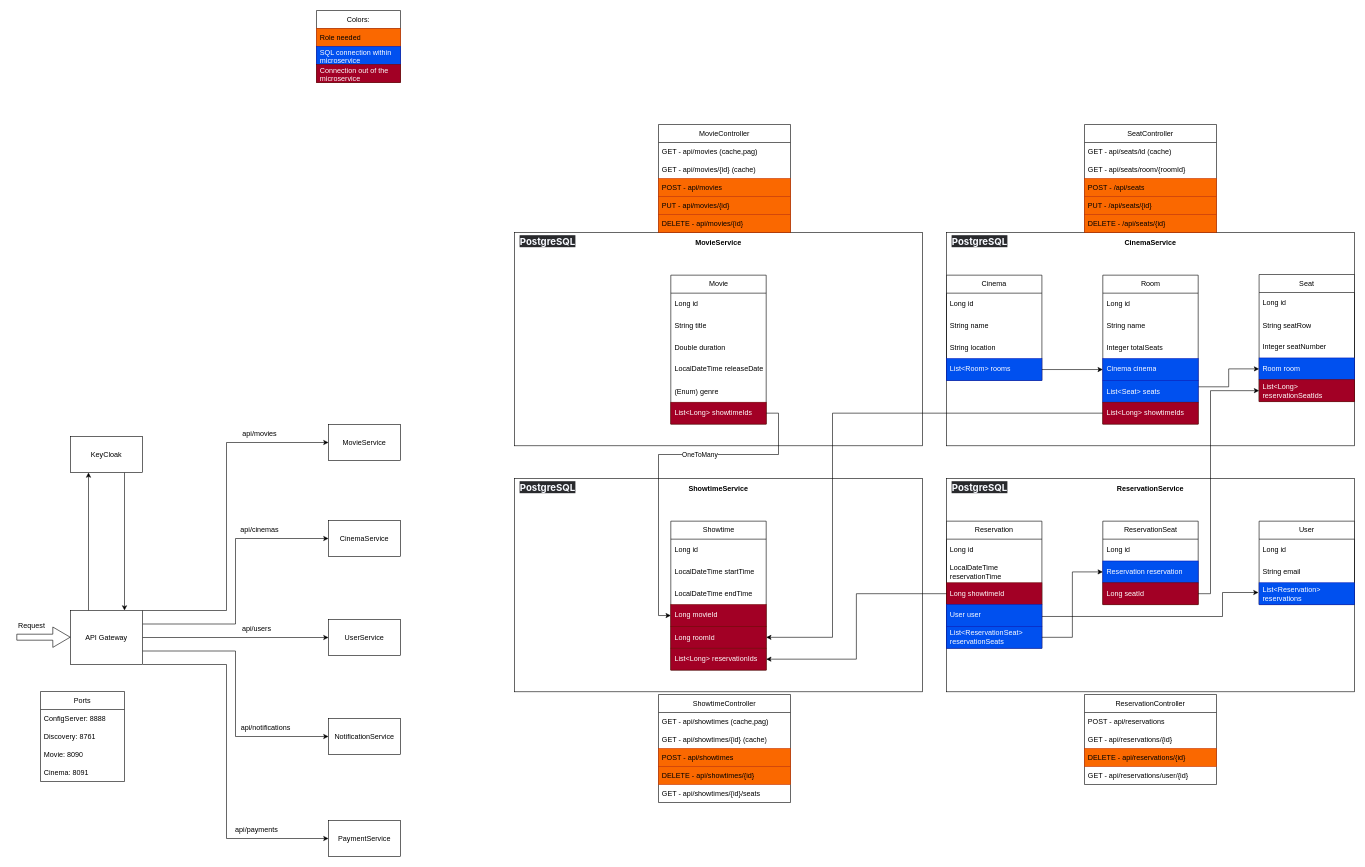
This is system.drawio from tpoda35/JAVA.PROJECT.MovieReservationSystem, a draw.io file, before an edit. Source tidied: cells renumbered, new cells numbered last; positions are measured from the earlier drawing's top-left corner, leaving out a move shared by most shapes. Both pictures are drawn from the tidied source at 60%, with x=0, y=0 at pixel (10, 10).
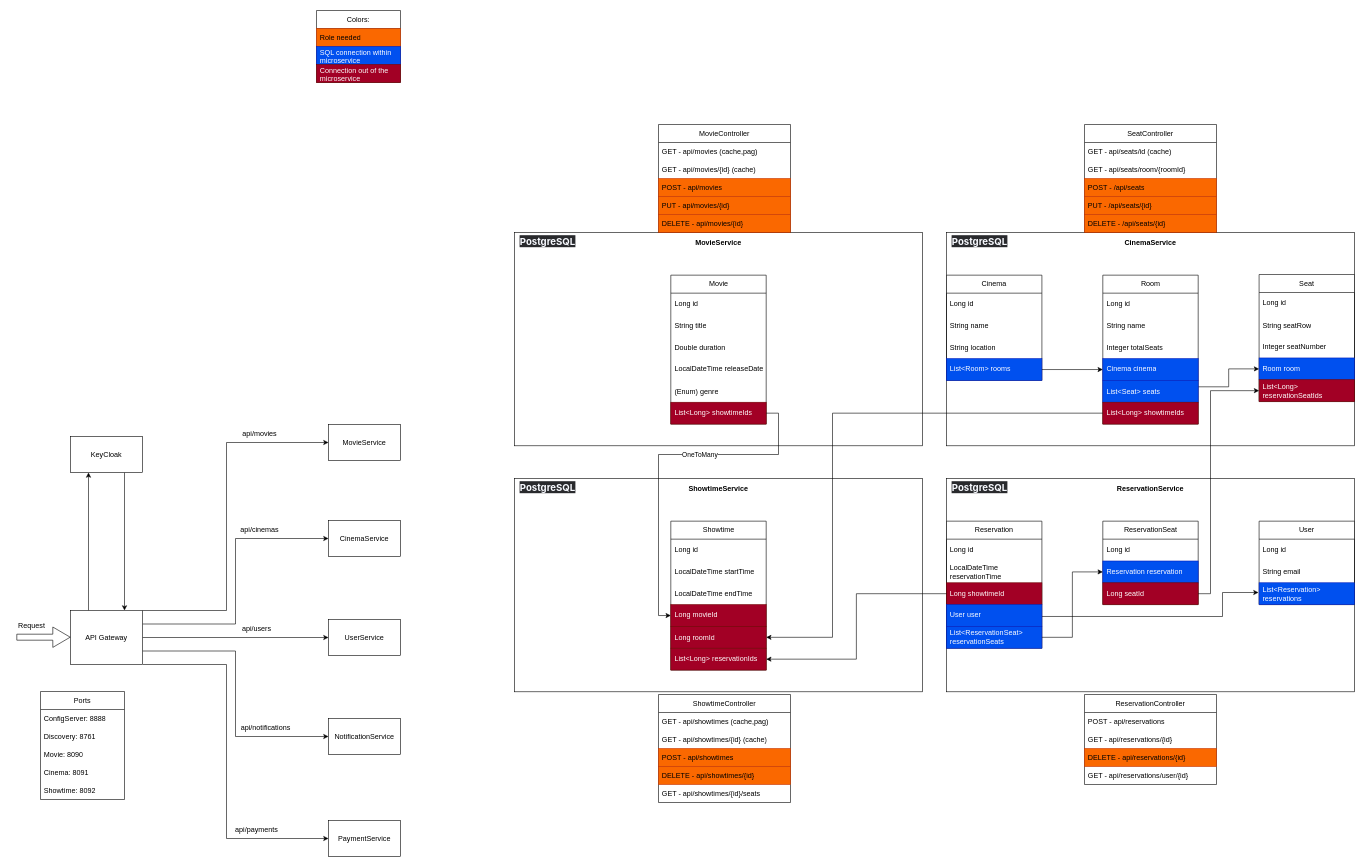
The same page after the edit.

Change to the diagram source:
```diff
@@
     <mxCell id="23" value="Ports" style="swimlane;fontStyle=0;horizontal=1;startSize=30;whiteSpace=wrap;html=1;" parent="1" vertex="1">
-      <mxGeometry x="50" y="1135" width="140" height="150" as="geometry" />
+      <mxGeometry x="50" y="1135" width="140" height="180" as="geometry" />
     </mxCell>
@@
+    <mxCell id="126" value="Showtime: 8092" style="text;strokeColor=none;fillColor=none;align=left;verticalAlign=middle;spacingLeft=4;spacingRight=4;overflow=hidden;whiteSpace=wrap;html=1;" parent="23" vertex="1">
+      <mxGeometry y="150" width="140" height="30" as="geometry" />
+    </mxCell>
```
